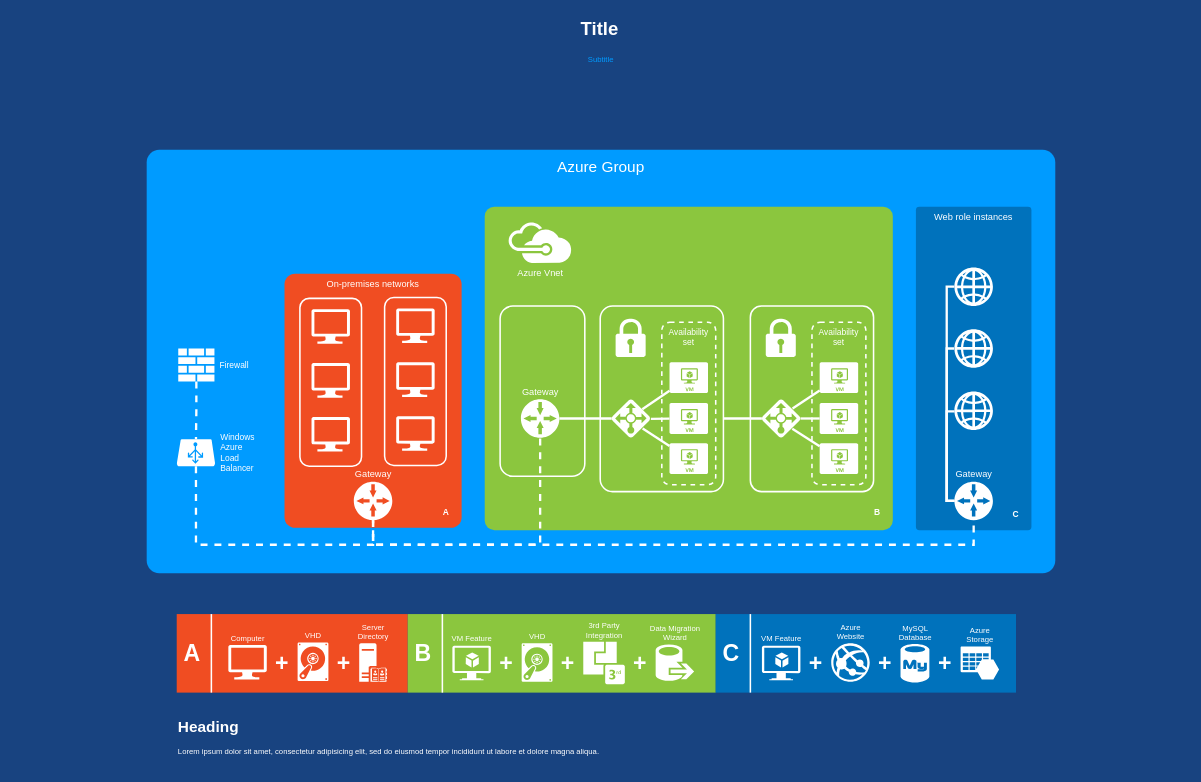
Earlier version of the draw.io diagram 未命名绘图.drawio (HLH13297997663/FaceRecognition). Source tidied: cells renumbered, new cells numbered last; positions are measured from the earlier drawing's top-left corner, leaving out a move shared by most shapes. Both pictures are drawn from the tidied source at 77%, with x=0, y=0 at pixel (13, 13).
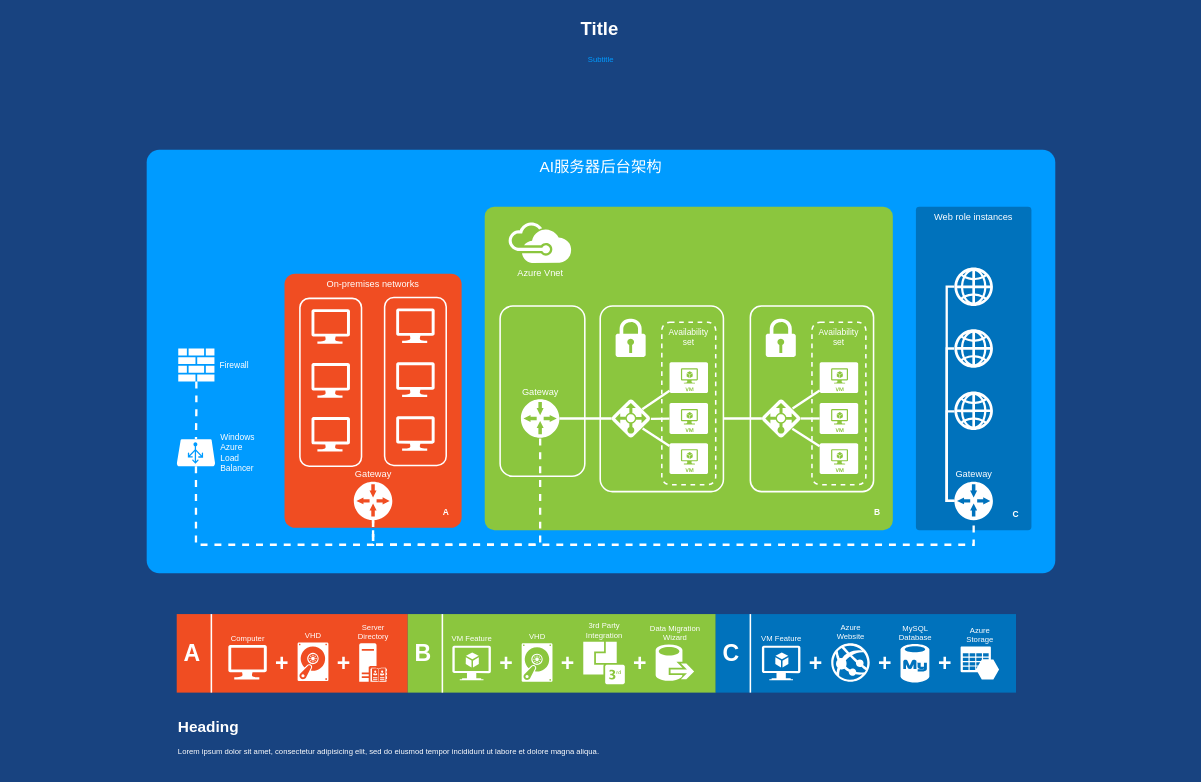
The same diagram, later.

Commit message:
服务器机构.drawio

What changed in the source:
```diff
@@
-    <mxCell id="2" value="Azure Group" style="whiteSpace=wrap;html=1;rounded=1;shadow=0;strokeColor=none;strokeWidth=2;fillColor=#009BFF;fontSize=20;fontColor=#FFFFFF;align=center;arcSize=3;verticalAlign=top;spacingTop=4;" parent="1" vertex="1">
+    <mxCell id="2" value="AI服务器后台架构" style="whiteSpace=wrap;html=1;rounded=1;shadow=0;strokeColor=none;strokeWidth=2;fillColor=#009BFF;fontSize=20;fontColor=#FFFFFF;align=center;arcSize=3;verticalAlign=top;spacingTop=4;" parent="1" vertex="1">
       <mxGeometry x="173" y="177" width="1180" height="550" as="geometry" />
     </mxCell>
```
